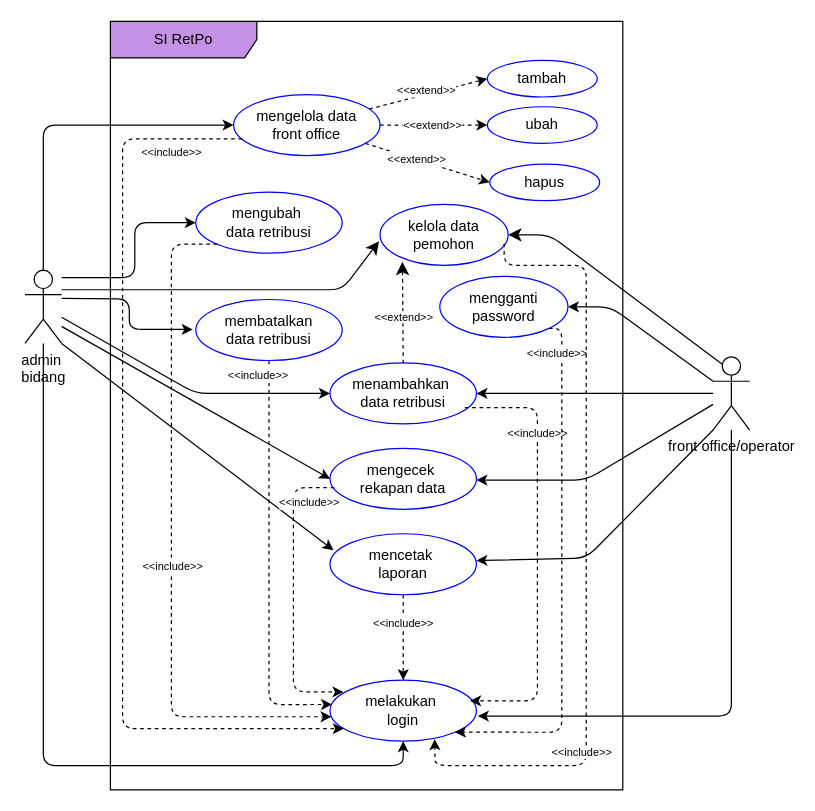
Earlier version of the draw.io diagram page "use case" (1 of 3) of SI-retribusi.drawio (eenattayani/desain). Source tidied: cells renumbered, new cells numbered last; positions are measured from the earlier drawing's top-left corner, leaving out a move shared by most shapes. Both pictures are drawn from the tidied source at 122%, with x=0, y=0 at pixel (24, 21).
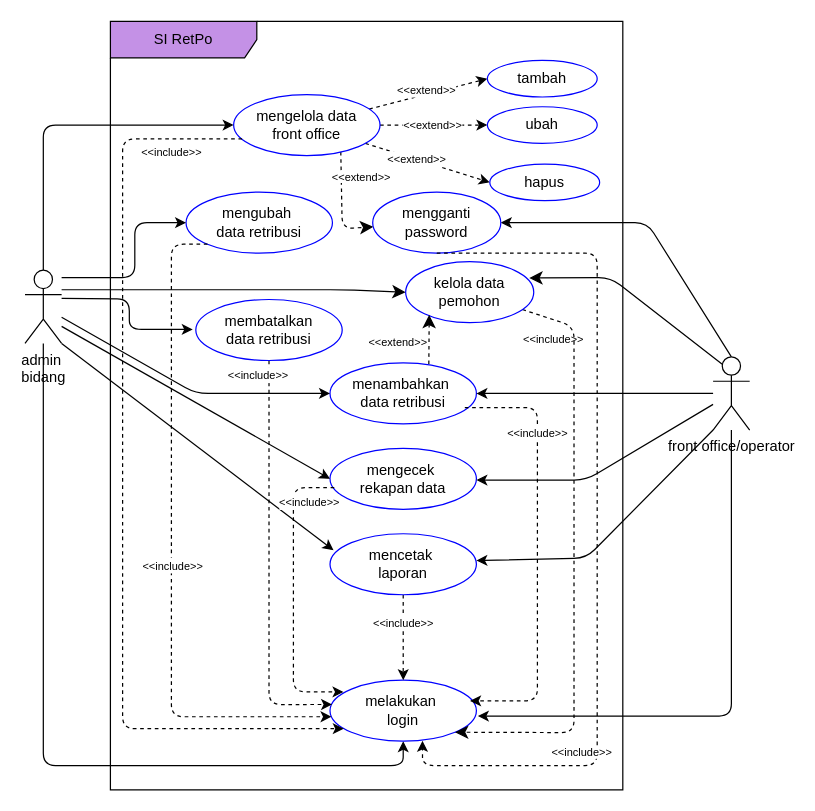
After the change.

Unchanged cells that the change refers to:
```xml
<mxCell id="10" value="front office/operator" style="shape=umlActor;verticalLabelPosition=bottom;verticalAlign=top;html=1;outlineConnect=0;" parent="1" vertex="1">
  <mxGeometry x="564" y="275" width="30" height="60" as="geometry" />
</mxCell>
<mxCell id="11" value="melakukan&amp;nbsp;&lt;div&gt;login&lt;/div&gt;" style="ellipse;whiteSpace=wrap;html=1;strokeColor=#0000FF;shadow=0;" parent="1" vertex="1">
  <mxGeometry x="250" y="540" width="120" height="50" as="geometry" />
</mxCell>
<mxCell id="12" value="menambahkan&amp;nbsp;&lt;div&gt;data retribusi&lt;/div&gt;" style="ellipse;whiteSpace=wrap;html=1;strokeColor=#0000FF;shadow=0;" parent="1" vertex="1">
  <mxGeometry x="250" y="280" width="120" height="50" as="geometry" />
</mxCell>
<mxCell id="16" value="mengelola data&lt;div&gt;front office&lt;/div&gt;" style="ellipse;whiteSpace=wrap;html=1;strokeColor=#0000FF;shadow=0;" parent="1" vertex="1">
  <mxGeometry x="171" y="60" width="120" height="50" as="geometry" />
</mxCell>
```

Diff of the diagram source:
```diff
@@
-    <mxCell id="5" style="edgeStyle=none;curved=0;rounded=1;jettySize=auto;html=1;entryX=-0.008;entryY=0.604;entryDx=0;entryDy=0;fontSize=12;startSize=8;endSize=8;entryPerimeter=0;" parent="1" edge="1" target="50">
+    <mxCell id="5" style="edgeStyle=none;curved=0;rounded=1;jettySize=auto;html=1;entryX=0;entryY=0.5;entryDx=0;entryDy=0;fontSize=12;startSize=8;endSize=8;" parent="1" edge="1" target="50">
       <mxGeometry relative="1" as="geometry">
         <mxPoint x="30" y="220" as="sourcePoint" />
         <Array as="points">
           <mxPoint x="150" y="220" />
           <mxPoint x="260" y="220" />
         </Array>
       </mxGeometry>
     </mxCell>
@@
-    <mxCell id="8" style="rounded=1;jettySize=auto;html=1;entryX=1;entryY=0.5;entryDx=0;entryDy=0;exitX=0;exitY=0.3333333333333333;exitDx=0;exitDy=0;exitPerimeter=0;jumpSize=6;" parent="1" edge="1" source="10" target="47">
+    <mxCell id="8" style="rounded=1;jettySize=auto;html=1;entryX=1;entryY=0.5;entryDx=0;entryDy=0;exitX=0.5;exitY=0;exitDx=0;exitDy=0;exitPerimeter=0;jumpSize=6;" parent="1" edge="1" source="10" target="47">
       <mxGeometry relative="1" as="geometry">
         <Array as="points">
-          <mxPoint x="480" y="234" />
+          <mxPoint x="510" y="165" />
         </Array>
       </mxGeometry>
     </mxCell>
-    <mxCell id="9" style="edgeStyle=none;curved=0;rounded=1;jettySize=auto;html=1;exitX=0.25;exitY=0.1;exitDx=0;exitDy=0;exitPerimeter=0;entryX=1;entryY=0.5;entryDx=0;entryDy=0;fontSize=12;startSize=8;endSize=8;" parent="1" edge="1" source="10" target="50">
+    <mxCell id="9" style="edgeStyle=none;curved=0;rounded=1;jettySize=auto;html=1;exitX=0.25;exitY=0.1;exitDx=0;exitDy=0;exitPerimeter=0;entryX=0.965;entryY=0.268;entryDx=0;entryDy=0;fontSize=12;startSize=8;endSize=8;entryPerimeter=0;" parent="1" edge="1" source="10" target="50">
       <mxGeometry relative="1" as="geometry">
         <Array as="points">
-          <mxPoint x="430" y="175" />
+          <mxPoint x="480" y="210" />
         </Array>
       </mxGeometry>
     </mxCell>
@@
+    <mxCell id="55" style="edgeStyle=none;curved=0;rounded=1;jettySize=auto;html=1;fontSize=12;startSize=8;endSize=8;dashed=1;exitX=0.732;exitY=0.939;exitDx=0;exitDy=0;exitPerimeter=0;" parent="1" edge="1" source="16" target="47">
+      <mxGeometry relative="1" as="geometry">
+        <Array as="points">
+          <mxPoint x="260" y="170" />
+        </Array>
+      </mxGeometry>
+    </mxCell>
@@
     <mxCell id="20" value="mengubah&amp;nbsp;&lt;div&gt;data retribusi&lt;/div&gt;" style="ellipse;whiteSpace=wrap;html=1;strokeColor=#0000FF;shadow=0;" parent="1" vertex="1">
-      <mxGeometry x="140" y="140" width="120" height="50" as="geometry" />
+      <mxGeometry x="132" y="140" width="120" height="50" as="geometry" />
     </mxCell>
@@
     <mxCell id="47" value="mengganti password" style="ellipse;whiteSpace=wrap;html=1;strokeColor=#0000FF;shadow=0;" parent="1" vertex="1">
-      <mxGeometry x="340" y="209" width="105" height="50" as="geometry" />
+      <mxGeometry x="285" y="140" width="105" height="50" as="geometry" />
     </mxCell>
-    <mxCell id="48" style="edgeStyle=orthogonalEdgeStyle;rounded=1;jettySize=auto;html=1;entryX=1;entryY=1;entryDx=0;entryDy=0;curved=0;dashed=1;exitX=1;exitY=1;exitDx=0;exitDy=0;" parent="1" edge="1" source="47" target="11">
+    <mxCell id="48" style="edgeStyle=orthogonalEdgeStyle;rounded=1;jettySize=auto;html=1;curved=0;dashed=1;entryX=0.632;entryY=0.995;entryDx=0;entryDy=0;entryPerimeter=0;" parent="1" edge="1" source="47" target="11">
       <mxGeometry relative="1" as="geometry">
         <Array as="points">
-          <mxPoint x="440" y="252" />
-          <mxPoint x="440" y="583" />
+          <mxPoint x="469" y="190" />
+          <mxPoint x="469" y="610" />
+          <mxPoint x="326" y="610" />
         </Array>
       </mxGeometry>
     </mxCell>
     <mxCell id="49" value="&lt;span style=&quot;font-size: 9px;&quot;&gt;&amp;lt;&amp;lt;include&amp;gt;&amp;gt;&lt;/span&gt;" style="edgeLabel;html=1;align=center;verticalAlign=middle;" parent="1" vertex="1">
-      <mxGeometry x="440" y="275" as="geometry">
+      <mxGeometry x="437" y="263" as="geometry">
         <mxPoint x="-5" y="-4" as="offset" />
       </mxGeometry>
     </mxCell>
+    <mxCell id="53" style="edgeStyle=none;curved=0;rounded=1;jettySize=auto;html=1;entryX=1;entryY=1;entryDx=0;entryDy=0;fontSize=12;startSize=8;endSize=8;dashed=1;" parent="1" edge="1" source="50" target="11">
+      <mxGeometry relative="1" as="geometry">
+        <Array as="points">
+          <mxPoint x="450" y="250" />
+          <mxPoint x="450" y="583" />
+        </Array>
+      </mxGeometry>
+    </mxCell>
     <mxCell id="50" value="kelola data&lt;div&gt;pemohon&lt;/div&gt;" style="ellipse;whiteSpace=wrap;html=1;strokeColor=#0000FF;shadow=0;" parent="1" vertex="1">
-      <mxGeometry x="291" y="150" width="105" height="50" as="geometry" />
+      <mxGeometry x="312" y="197" width="105" height="50" as="geometry" />
     </mxCell>
-    <mxCell id="51" style="edgeStyle=none;curved=1;rounded=0;jettySize=auto;html=1;entryX=0.175;entryY=0.942;entryDx=0;entryDy=0;entryPerimeter=0;fontSize=12;startSize=8;endSize=8;dashed=1;" parent="1" edge="1" source="12" target="50">
+    <mxCell id="51" style="edgeStyle=none;curved=1;rounded=0;jettySize=auto;html=1;entryX=0.184;entryY=0.871;entryDx=0;entryDy=0;entryPerimeter=0;fontSize=12;startSize=8;endSize=8;dashed=1;exitX=0.675;exitY=0.018;exitDx=0;exitDy=0;exitPerimeter=0;" parent="1" edge="1" source="12" target="50">
       <mxGeometry relative="1" as="geometry" />
     </mxCell>
     <mxCell id="52" value="&lt;span style=&quot;color: rgb(0, 0, 0); font-family: Helvetica; font-size: 9px; font-style: normal; font-variant-ligatures: normal; font-variant-caps: normal; font-weight: 400; letter-spacing: normal; orphans: 2; text-align: center; text-indent: 0px; text-transform: none; widows: 2; word-spacing: 0px; -webkit-text-stroke-width: 0px; white-space: nowrap; background-color: rgb(255, 255, 255); text-decoration-thickness: initial; text-decoration-style: initial; text-decoration-color: initial; display: inline !important; float: none;&quot;&gt;&amp;lt;&amp;lt;extend&amp;gt;&amp;gt;&lt;/span&gt;" style="text;whiteSpace=wrap;html=1;" parent="1" vertex="1">
-      <mxGeometry x="285" y="228" width="80" height="40" as="geometry" />
+      <mxGeometry x="280" y="249" width="60" height="27" as="geometry" />
     </mxCell>
-    <mxCell id="53" style="edgeStyle=orthogonalEdgeStyle;rounded=1;jettySize=auto;html=1;entryX=0.715;entryY=0.968;entryDx=0;entryDy=0;curved=0;dashed=1;exitX=0.969;exitY=0.645;exitDx=0;exitDy=0;exitPerimeter=0;entryPerimeter=0;" parent="1" edge="1" source="50" target="11">
-      <mxGeometry relative="1" as="geometry">
-        <Array as="points">
-          <mxPoint x="393" y="200" />
-          <mxPoint x="460" y="200" />
-          <mxPoint x="460" y="610" />
-          <mxPoint x="336" y="610" />
-          <mxPoint x="336" y="600" />
-          <mxPoint x="336" y="600" />
-        </Array>
-      </mxGeometry>
-    </mxCell>
@@
+    <mxCell id="56" value="&lt;span style=&quot;color: rgb(0, 0, 0); font-family: Helvetica; font-size: 9px; font-style: normal; font-variant-ligatures: normal; font-variant-caps: normal; font-weight: 400; letter-spacing: normal; orphans: 2; text-align: center; text-indent: 0px; text-transform: none; widows: 2; word-spacing: 0px; -webkit-text-stroke-width: 0px; white-space: nowrap; background-color: rgb(255, 255, 255); text-decoration-thickness: initial; text-decoration-style: initial; text-decoration-color: initial; display: inline !important; float: none;&quot;&gt;&amp;lt;&amp;lt;extend&amp;gt;&amp;gt;&lt;/span&gt;" style="text;whiteSpace=wrap;html=1;" parent="1" vertex="1">
+      <mxGeometry x="250" y="113" width="60" height="27" as="geometry" />
+    </mxCell>
```
